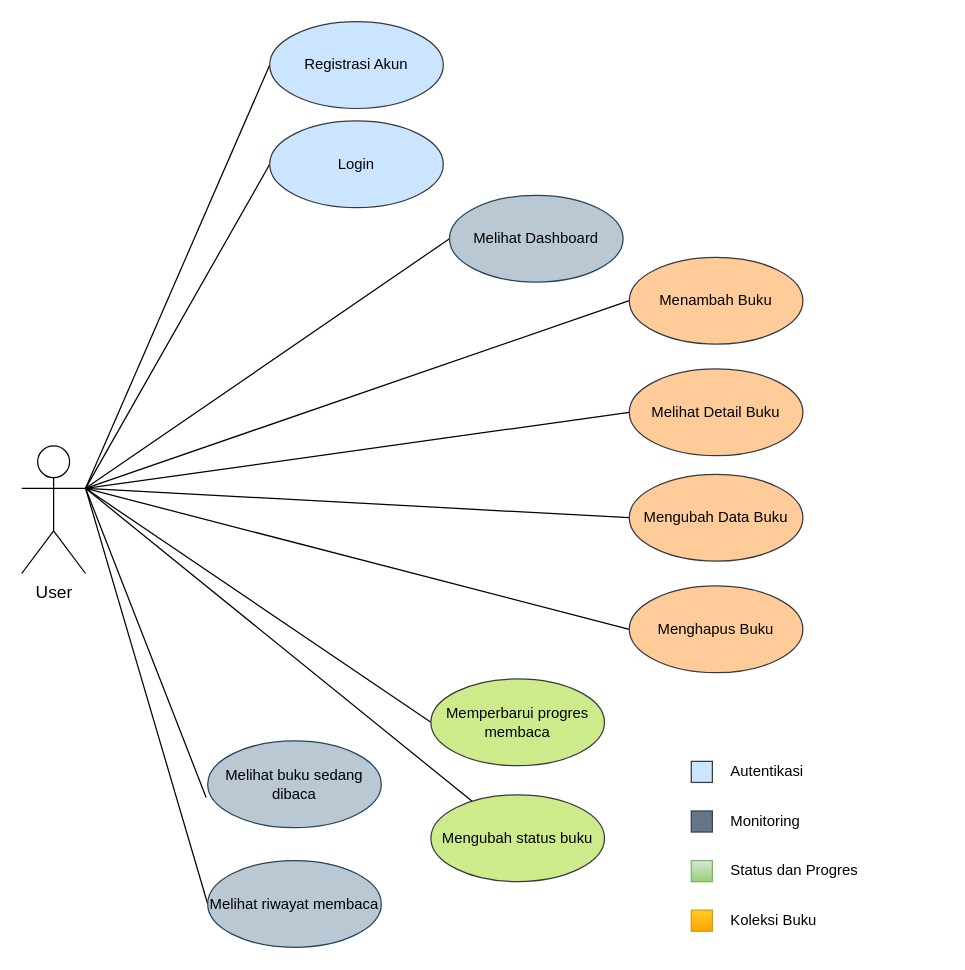
Above: [ TUGAS 3 ] - USECASE_DIAGRAM/USECASE DIAGRAM.drawio in dandyramadhan/kel4_RPL_R7P (draw.io), before the change. Source tidied: cells renumbered, new cells numbered last; positions are measured from the earlier drawing's top-left corner, leaving out a move shared by most shapes. Both pictures are drawn from the tidied source at 124%, with x=0, y=0 at pixel (21, 21).
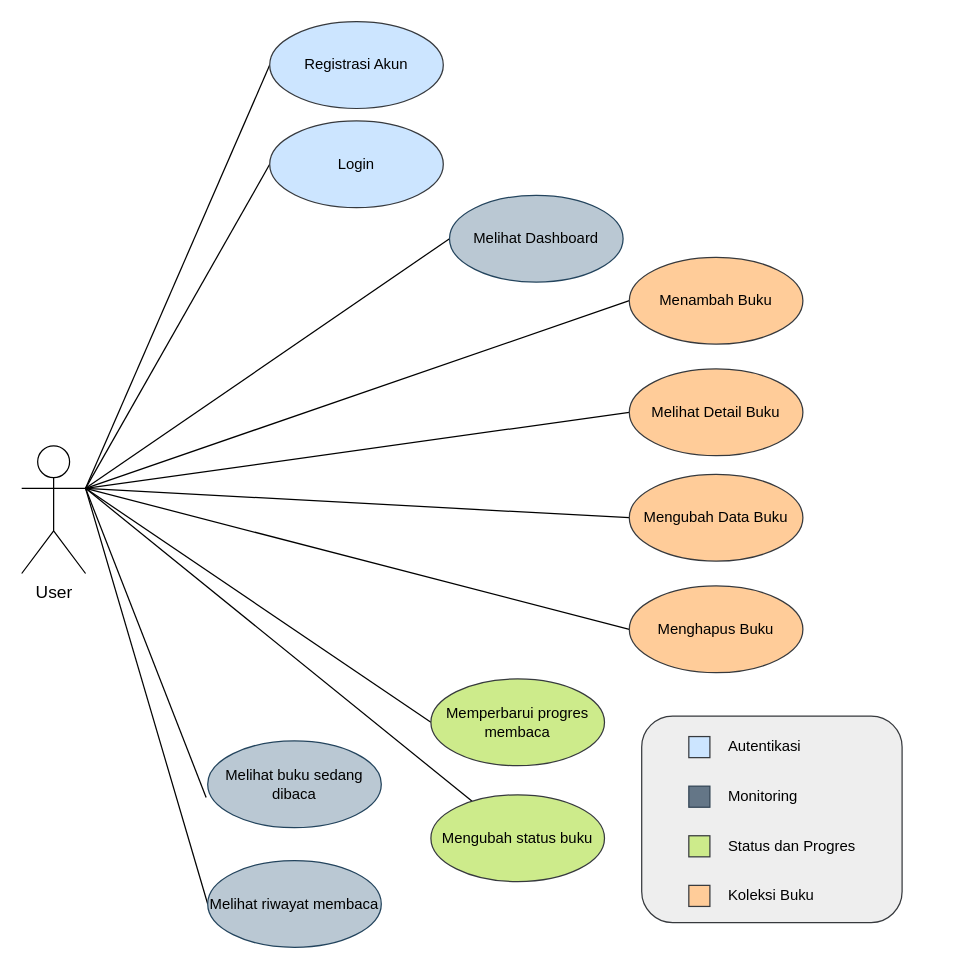
Above is the later version.

What changed in the source:
```diff
@@
+    <mxCell id="33" style="rounded=1;whiteSpace=wrap;html=1;roundedPerimeter=1;fillColor=#eeeeee;strokeColor=#36393d;" parent="1" vertex="1">
+      <mxGeometry x="500" y="560" width="210" height="166.5" as="geometry" />
+    </mxCell>
@@
     <mxCell id="25" style="whiteSpace=wrap;html=1;fillColor=#cce5ff;strokeColor=#36393d;" parent="1" vertex="1">
-      <mxGeometry x="540" y="596.5" width="17" height="17" as="geometry" />
+      <mxGeometry x="538" y="576.5" width="17" height="17" as="geometry" />
     </mxCell>
     <mxCell id="26" style="whiteSpace=wrap;html=1;fillColor=#647687;strokeColor=#314354;fontColor=#ffffff;" parent="1" vertex="1">
-      <mxGeometry x="540" y="636.5" width="17" height="17" as="geometry" />
+      <mxGeometry x="538" y="616.5" width="17" height="17" as="geometry" />
     </mxCell>
-    <mxCell id="27" style="whiteSpace=wrap;html=1;fillColor=#d5e8d4;strokeColor=#82b366;gradientColor=#97d077;" parent="1" vertex="1">
-      <mxGeometry x="540" y="676.5" width="17" height="17" as="geometry" />
+    <mxCell id="27" style="whiteSpace=wrap;html=1;fillColor=#cdeb8b;strokeColor=#36393d;" parent="1" vertex="1">
+      <mxGeometry x="538" y="656.5" width="17" height="17" as="geometry" />
     </mxCell>
-    <mxCell id="28" style="whiteSpace=wrap;html=1;fillColor=#ffcd28;gradientColor=#ffa500;strokeColor=#d79b00;" parent="1" vertex="1">
-      <mxGeometry x="540" y="716.5" width="17" height="17" as="geometry" />
+    <mxCell id="28" style="whiteSpace=wrap;html=1;fillColor=#ffcc99;strokeColor=#36393d;" parent="1" vertex="1">
+      <mxGeometry x="538" y="696.5" width="17" height="17" as="geometry" />
     </mxCell>
     <mxCell id="29" value="Autentikasi" style="text;html=1;whiteSpace=wrap;strokeColor=none;fillColor=none;align=left;verticalAlign=middle;rounded=0;" parent="1" vertex="1">
-      <mxGeometry x="570" y="590" width="173" height="30" as="geometry" />
+      <mxGeometry x="568" y="570" width="173" height="30" as="geometry" />
     </mxCell>
     <mxCell id="30" value="Monitoring" style="text;html=1;whiteSpace=wrap;strokeColor=none;fillColor=none;align=left;verticalAlign=middle;rounded=0;" parent="1" vertex="1">
-      <mxGeometry x="570" y="630" width="173" height="30" as="geometry" />
+      <mxGeometry x="568" y="610" width="173" height="30" as="geometry" />
     </mxCell>
     <mxCell id="31" value="Status dan Progres" style="text;html=1;whiteSpace=wrap;strokeColor=none;fillColor=none;align=left;verticalAlign=middle;rounded=0;" parent="1" vertex="1">
-      <mxGeometry x="570" y="670" width="173" height="30" as="geometry" />
+      <mxGeometry x="568" y="650" width="173" height="30" as="geometry" />
     </mxCell>
     <mxCell id="32" value="Koleksi Buku" style="text;html=1;whiteSpace=wrap;strokeColor=none;fillColor=none;align=left;verticalAlign=middle;rounded=0;" parent="1" vertex="1">
-      <mxGeometry x="570" y="710" width="173" height="30" as="geometry" />
+      <mxGeometry x="568" y="690" width="173" height="30" as="geometry" />
     </mxCell>
```
